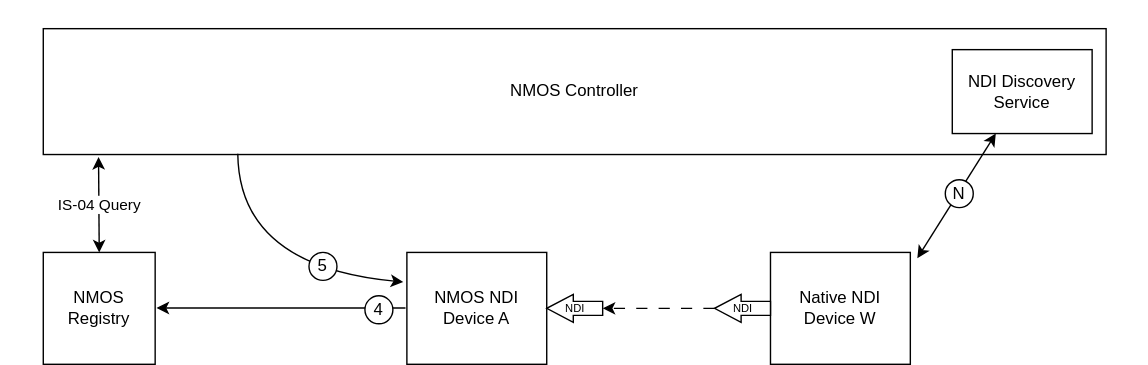
The draw.io diagram docs/images/NMOS-NDI-UseCase1-drawio.svg in AMWA-TV/bcp-007-01, before a commit. Source tidied: cells renumbered, new cells last; positions are measured from the earlier drawing's top-left corner, leaving out a move shared by most shapes.
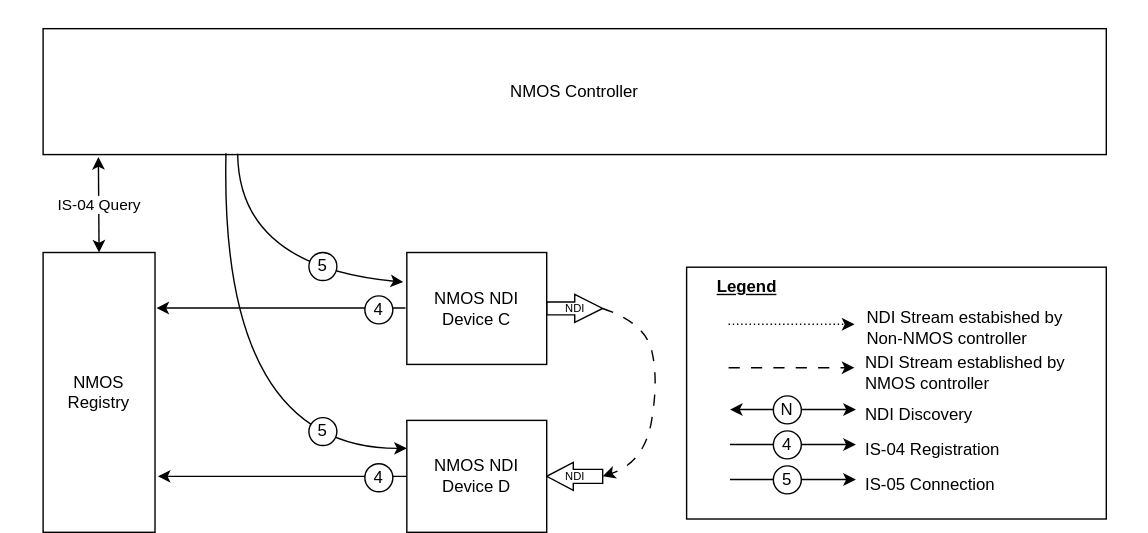
The same diagram one commit later.

Diff of the diagram source:
```diff
@@ -5,11 +5,8 @@
     <mxCell id="2" value="NMOS Controller" style="rounded=0;whiteSpace=wrap;html=1;" parent="1" vertex="1">
       <mxGeometry x="30" y="20" width="760" height="90" as="geometry" />
     </mxCell>
-    <mxCell id="3" value="NDI Discovery&lt;br&gt;Service" style="rounded=0;whiteSpace=wrap;html=1;" parent="1" vertex="1">
-      <mxGeometry x="680" y="35" width="100" height="60" as="geometry" />
-    </mxCell>
     <mxCell id="4" value="NMOS&lt;br&gt;Registry" style="rounded=0;whiteSpace=wrap;html=1;" parent="1" vertex="1">
-      <mxGeometry x="30" y="180" width="80" height="80" as="geometry" />
+      <mxGeometry x="30" y="180" width="80" height="200" as="geometry" />
     </mxCell>
     <mxCell id="5" style="endArrow=classic;startArrow=classic;html=1;rounded=0;exitX=0.5;exitY=0;exitDx=0;exitDy=0;entryX=0.052;entryY=1.019;entryDx=0;entryDy=0;entryPerimeter=0;" parent="1" edge="1" source="4" target="2">
       <mxGeometry relative="1" as="geometry" />
@@ -17,58 +14,132 @@
     <mxCell id="6" value="IS-04 Query" style="edgeLabel;html=1;align=center;verticalAlign=middle;" parent="5" vertex="1">
       <mxGeometry x="0.01" relative="1" as="geometry" />
     </mxCell>
-    <mxCell id="7" value="Native NDI Device W" style="rounded=0;whiteSpace=wrap;html=1;" parent="1" vertex="1">
-      <mxGeometry x="550" y="180" width="100" height="80" as="geometry" />
-    </mxCell>
-    <mxCell id="8" value="NMOS NDI Device A" style="rounded=0;whiteSpace=wrap;html=1;" parent="1" vertex="1">
-      <mxGeometry x="290" y="180" width="100" height="80" as="geometry" />
-    </mxCell>
-    <mxCell id="9" style="endArrow=classic;startArrow=classic;html=1;rounded=0;exitX=1.05;exitY=0.052;exitDx=0;exitDy=0;exitPerimeter=0;" parent="1" edge="1" source="7" target="3">
-      <mxGeometry relative="1" as="geometry" />
-    </mxCell>
     <mxCell id="10" style="endArrow=classic;html=1;rounded=0;entryX=1;entryY=0.5;entryDx=0;entryDy=0;startArrow=none;startFill=0;exitX=-0.016;exitY=0.804;exitDx=0;exitDy=0;exitPerimeter=0;" parent="1" edge="1">
       <mxGeometry relative="1" as="geometry">
         <mxPoint x="289" y="219.7" as="sourcePoint" />
         <mxPoint x="111" y="219.7" as="targetPoint" />
       </mxGeometry>
     </mxCell>
-    <mxCell id="11" style="curved=1;endArrow=classic;html=1;rounded=0;exitX=0.183;exitY=0.993;exitDx=0;exitDy=0;exitPerimeter=0;entryX=-0.026;entryY=0.264;entryDx=0;entryDy=0;entryPerimeter=0;" parent="1" edge="1" source="2" target="8">
+    <mxCell id="11" style="curved=1;endArrow=classic;html=1;rounded=0;exitX=0.183;exitY=0.993;exitDx=0;exitDy=0;exitPerimeter=0;entryX=-0.026;entryY=0.264;entryDx=0;entryDy=0;entryPerimeter=0;" parent="1" edge="1" source="2">
       <mxGeometry relative="1" as="geometry">
+        <mxPoint x="287.4" y="201.1" as="targetPoint" />
         <Array as="points">
           <mxPoint x="170" y="190" />
         </Array>
       </mxGeometry>
     </mxCell>
-    <mxCell id="12" value="NDI" style="html=1;shadow=0;dashed=0;align=center;verticalAlign=middle;shape=mxgraph.arrows2.arrow;dy=0.5;dx=19;flipH=1;notch=0;fontSize=8;" parent="1" vertex="1">
-      <mxGeometry x="390" y="210" width="40" height="20" as="geometry" />
-    </mxCell>
-    <mxCell id="13" style="endArrow=classic;html=1;rounded=0;entryX=0;entryY=0.5;entryDx=0;entryDy=0;startArrow=none;startFill=0;dashed=1;dashPattern=8 8;entryPerimeter=0;" parent="1" edge="1" target="12">
-      <mxGeometry relative="1" as="geometry">
-        <mxPoint x="510" y="220" as="sourcePoint" />
-      </mxGeometry>
-    </mxCell>
+    <mxCell id="20" style="curved=1;endArrow=classic;html=1;rounded=0;exitX=0.172;exitY=0.989;exitDx=0;exitDy=0;exitPerimeter=0;entryX=0;entryY=0.25;entryDx=0;entryDy=0;" parent="1" edge="1" source="2">
+      <mxGeometry relative="1" as="geometry">
+        <mxPoint x="290" y="320" as="targetPoint" />
+        <Array as="points">
+          <mxPoint x="156" y="320" />
+        </Array>
+      </mxGeometry>
+    </mxCell>
+    <mxCell id="21" value="NDI" style="html=1;shadow=0;dashed=0;align=center;verticalAlign=middle;shape=mxgraph.arrows2.arrow;dy=0.54;dx=19.97;notch=0;fontSize=8;" parent="1" vertex="1">
+      <mxGeometry x="390" y="210" width="40" height="20" as="geometry" />
+    </mxCell>
+    <mxCell id="22" value="NDI" style="html=1;shadow=0;dashed=0;align=center;verticalAlign=middle;shape=mxgraph.arrows2.arrow;dy=0.5;dx=19;flipH=1;notch=0;fontSize=8;" parent="1" vertex="1">
+      <mxGeometry x="390" y="330" width="40" height="20" as="geometry" />
+    </mxCell>
+    <mxCell id="23" style="endArrow=classic;html=1;rounded=0;entryX=1;entryY=0.5;entryDx=0;entryDy=0;startArrow=none;startFill=0;exitX=-0.016;exitY=0.804;exitDx=0;exitDy=0;exitPerimeter=0;" parent="1" edge="1">
+      <mxGeometry relative="1" as="geometry">
+        <mxPoint x="290" y="340" as="sourcePoint" />
+        <mxPoint x="112" y="340" as="targetPoint" />
+      </mxGeometry>
+    </mxCell>
     <mxCell id="14" style="rounded=0;whiteSpace=wrap;html=1;strokeColor=none;fillColor=none;" parent="1" vertex="1">
       <mxGeometry width="820" height="10" as="geometry" />
     </mxCell>
-    <mxCell id="15" value="NDI" style="html=1;shadow=0;dashed=0;align=center;verticalAlign=middle;shape=mxgraph.arrows2.arrow;dy=0.5;dx=19;flipH=1;notch=0;fontSize=8;" parent="1" vertex="1">
-      <mxGeometry x="510" y="210" width="40" height="20" as="geometry" />
-    </mxCell>
-    <mxCell id="16" style="curved=1;endArrow=classic;html=1;rounded=0;exitX=1;exitY=0;exitDx=0;exitDy=0;entryX=0;entryY=0;entryDx=0;entryDy=0;startArrow=classic;startFill=1;" parent="1" edge="1" source="x">
-      <mxGeometry relative="1" as="geometry">
-        <mxPoint x="550" y="300" as="targetPoint" />
-        <Array as="points">
-          <mxPoint x="470" y="240" />
-        </Array>
-      </mxGeometry>
-    </mxCell>
+    <mxCell id="24" value="NMOS NDI Device C" style="rounded=0;whiteSpace=wrap;html=1;" parent="1" vertex="1">
+      <mxGeometry x="290" y="180" width="100" height="80" as="geometry" />
+    </mxCell>
+    <mxCell id="25" value="NMOS NDI Device D" style="rounded=0;whiteSpace=wrap;html=1;" parent="1" vertex="1">
+      <mxGeometry x="290" y="300" width="100" height="80" as="geometry" />
+    </mxCell>
+    <mxCell id="26" style="curved=1;endArrow=classic;html=1;rounded=0;exitX=1;exitY=0.5;exitDx=0;exitDy=0;exitPerimeter=0;entryX=0;entryY=0.5;entryDx=0;entryDy=0;entryPerimeter=0;dashed=1;dashPattern=8 8;" parent="1" edge="1" source="21" target="22">
+      <mxGeometry relative="1" as="geometry">
+        <Array as="points">
+          <mxPoint x="460" y="230" />
+          <mxPoint x="470" y="270" />
+          <mxPoint x="460" y="330" />
+        </Array>
+      </mxGeometry>
+    </mxCell>
+    <mxCell id="18" value="4" style="ellipse;whiteSpace=wrap;html=1;" parent="1" vertex="1">
+      <mxGeometry x="260" y="211" width="20" height="20" as="geometry" />
+    </mxCell>
+    <mxCell id="27" value="4" style="ellipse;whiteSpace=wrap;html=1;" parent="1" vertex="1">
+      <mxGeometry x="260" y="331" width="20" height="20" as="geometry" />
+    </mxCell>
+    <mxCell id="28" value="5" style="ellipse;whiteSpace=wrap;html=1;" parent="1" vertex="1">
+      <mxGeometry x="220" y="298" width="20" height="20" as="geometry" />
+    </mxCell>
+    <mxCell id="19" value="5" style="ellipse;whiteSpace=wrap;html=1;" parent="1" vertex="1">
+      <mxGeometry x="220" y="180" width="20" height="20" as="geometry" />
+    </mxCell>
+    <mxCell id="29" style="group;" parent="1" vertex="1">
+      <mxGeometry x="490" y="190" width="300" height="180.5" as="geometry" />
+    </mxCell>
+    <mxCell id="30" style="rounded=0;whiteSpace=wrap;html=1;" parent="29" vertex="1">
+      <mxGeometry y="0.5" width="300" height="180" as="geometry" />
+    </mxCell>
+    <mxCell id="31" style="endArrow=classic;startArrow=none;html=1;rounded=0;startFill=0;dashed=1;dashPattern=1 2;" parent="29" edge="1">
+      <mxGeometry relative="1" as="geometry">
+        <mxPoint x="30" y="41.3" as="sourcePoint" />
+        <mxPoint x="120" y="41.3" as="targetPoint" />
+      </mxGeometry>
+    </mxCell>
+    <mxCell id="32" value="Legend" style="text;strokeColor=none;align=left;fillColor=none;html=1;verticalAlign=middle;whiteSpace=wrap;rounded=0;fontStyle=5;" parent="29" vertex="1">
+      <mxGeometry x="20" width="162" height="30" as="geometry" />
+    </mxCell>
+    <mxCell id="33" value="NDI Stream established by NMOS controller" style="text;strokeColor=none;align=left;fillColor=none;html=1;verticalAlign=middle;whiteSpace=wrap;rounded=0;" parent="29" vertex="1">
+      <mxGeometry x="126" y="60.5" width="172" height="30" as="geometry" />
+    </mxCell>
+    <mxCell id="34" style="endArrow=classic;startArrow=none;html=1;rounded=0;startFill=0;dashed=1;dashPattern=8 8;" parent="29" edge="1">
+      <mxGeometry relative="1" as="geometry">
+        <mxPoint x="30" y="72.3" as="sourcePoint" />
+        <mxPoint x="120" y="72.3" as="targetPoint" />
+      </mxGeometry>
+    </mxCell>
+    <mxCell id="35" value="NDI Discovery" style="text;strokeColor=none;align=left;fillColor=none;html=1;verticalAlign=middle;whiteSpace=wrap;rounded=0;" parent="29" vertex="1">
+      <mxGeometry x="126" y="90.5" width="130" height="30" as="geometry" />
+    </mxCell>
+    <mxCell id="36" style="endArrow=classic;startArrow=classic;html=1;rounded=0;startFill=1;" parent="29" edge="1">
+      <mxGeometry relative="1" as="geometry">
+        <mxPoint x="31" y="102.3" as="sourcePoint" />
+        <mxPoint x="121" y="102.3" as="targetPoint" />
+      </mxGeometry>
+    </mxCell>
-    <mxCell id="17" value="N" style="ellipse;whiteSpace=wrap;html=1;" parent="1" vertex="1">
-      <mxGeometry x="675" y="128" width="20" height="20" as="geometry" />
+    <mxCell id="17" value="N" style="ellipse;whiteSpace=wrap;html=1;" parent="29" vertex="1">
+      <mxGeometry x="62" y="92.5" width="20" height="20" as="geometry" />
     </mxCell>
-    <mxCell id="18" value="4" style="ellipse;whiteSpace=wrap;html=1;" parent="1" vertex="1">
-      <mxGeometry x="260" y="211" width="20" height="20" as="geometry" />
-    </mxCell>
-    <mxCell id="19" value="5" style="ellipse;whiteSpace=wrap;html=1;" parent="1" vertex="1">
-      <mxGeometry x="220" y="180" width="20" height="20" as="geometry" />
-    </mxCell>
+    <mxCell id="37" value="IS-04 Registration" style="text;strokeColor=none;align=left;fillColor=none;html=1;verticalAlign=middle;whiteSpace=wrap;rounded=0;" parent="29" vertex="1">
+      <mxGeometry x="126" y="115.5" width="130" height="30" as="geometry" />
+    </mxCell>
+    <mxCell id="38" style="endArrow=classic;startArrow=none;html=1;rounded=0;startFill=0;" parent="29" edge="1">
+      <mxGeometry relative="1" as="geometry">
+        <mxPoint x="31" y="127.3" as="sourcePoint" />
+        <mxPoint x="121" y="127.3" as="targetPoint" />
+      </mxGeometry>
+    </mxCell>
+    <mxCell id="39" value="4" style="ellipse;whiteSpace=wrap;html=1;" parent="29" vertex="1">
+      <mxGeometry x="62" y="117.5" width="20" height="20" as="geometry" />
+    </mxCell>
+    <mxCell id="40" value="IS-05 Connection" style="text;strokeColor=none;align=left;fillColor=none;html=1;verticalAlign=middle;whiteSpace=wrap;rounded=0;" parent="29" vertex="1">
+      <mxGeometry x="126" y="140.5" width="130" height="30" as="geometry" />
+    </mxCell>
+    <mxCell id="41" style="endArrow=classic;startArrow=none;html=1;rounded=0;startFill=0;" parent="29" edge="1">
+      <mxGeometry relative="1" as="geometry">
+        <mxPoint x="31" y="152.3" as="sourcePoint" />
+        <mxPoint x="121" y="152.3" as="targetPoint" />
+      </mxGeometry>
+    </mxCell>
+    <mxCell id="42" value="5" style="ellipse;whiteSpace=wrap;html=1;" parent="29" vertex="1">
+      <mxGeometry x="62" y="142.5" width="20" height="20" as="geometry" />
+    </mxCell>
+    <mxCell id="43" value="NDI Stream estabished by Non-NMOS controller" style="text;strokeColor=none;align=left;fillColor=none;html=1;verticalAlign=middle;whiteSpace=wrap;rounded=0;" parent="29" vertex="1">
+      <mxGeometry x="127" y="28.5" width="162" height="30" as="geometry" />
+    </mxCell>
   </root>
 </mxGraphModel>
```
